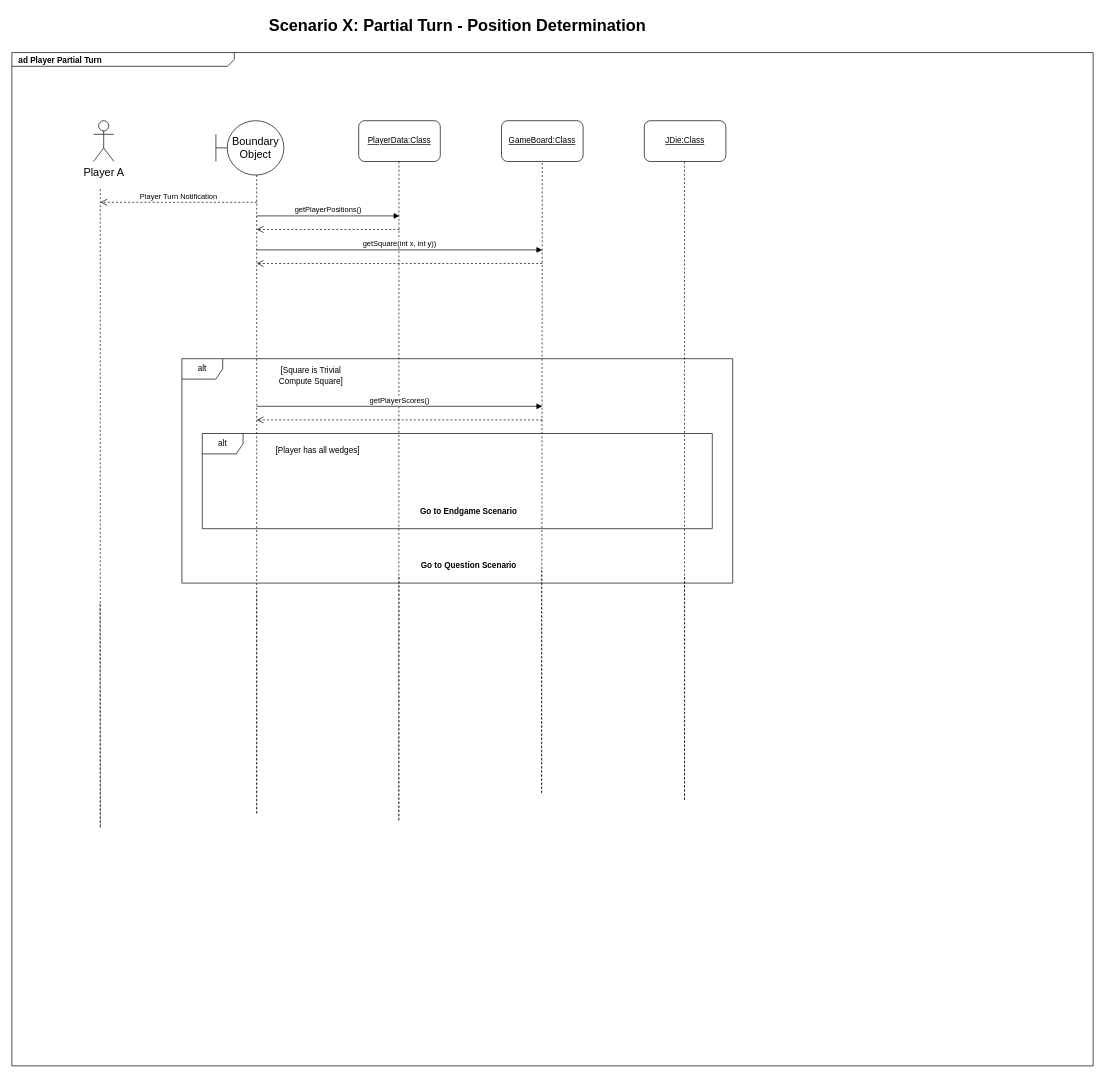
Before: Untitled Diagram.drawio in ZBrr271/Diagrams, a draw.io diagram. Source tidied: cells renumbered, new cells numbered last; positions are measured from the earlier drawing's top-left corner, leaving out a move shared by most shapes. Both pictures are drawn from the tidied source at 68%, with x=0, y=0 at pixel (12, 12).
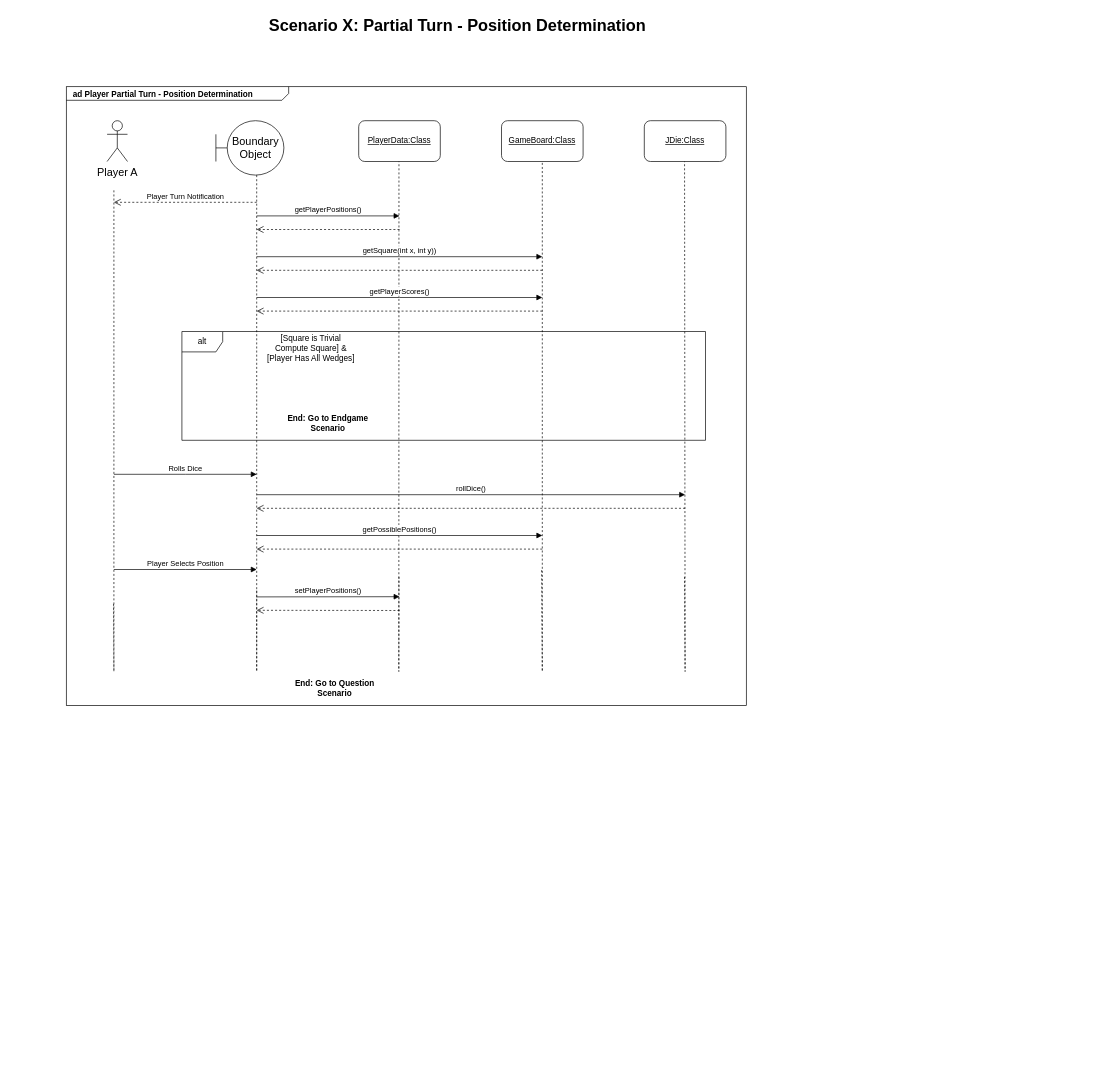
The same diagram, later.

Unchanged cells that the change refers to:
```xml
<mxCell id="7" value="&lt;u&gt;GameBoard:Class&lt;/u&gt;" style="rounded=1;whiteSpace=wrap;html=1;" parent="1" vertex="1">
  <mxGeometry x="720" y="160" width="120" height="60" as="geometry" />
</mxCell>
```

The edit, as a diff of the source:
```diff
@@
-    <mxCell id="2" value="&lt;p style=&quot;margin: 0px ; margin-top: 4px ; margin-left: 10px ; text-align: left&quot;&gt;&lt;b&gt;ad Player Partial Turn&lt;/b&gt;&lt;/p&gt;" style="html=1;strokeWidth=1;shape=mxgraph.sysml.package;html=1;overflow=fill;whiteSpace=wrap;fillColor=none;gradientColor=none;fontSize=12;align=center;labelX=327.64;" parent="1" vertex="1">
-      <mxGeometry y="60" width="1590" height="1490" as="geometry" />
+    <mxCell id="2" value="&lt;p style=&quot;margin: 0px ; margin-top: 4px ; margin-left: 10px ; text-align: left&quot;&gt;&lt;b&gt;ad Player Partial Turn - Position Determination&lt;/b&gt;&lt;/p&gt;" style="html=1;strokeWidth=1;shape=mxgraph.sysml.package;html=1;overflow=fill;whiteSpace=wrap;fillColor=none;gradientColor=none;fontSize=12;align=center;labelX=327.64;" parent="1" vertex="1">
+      <mxGeometry x="80" y="110" width="1000" height="910" as="geometry" />
     </mxCell>
@@
     <mxCell id="4" value="Player A" style="shape=umlActor;html=1;verticalLabelPosition=bottom;verticalAlign=top;align=center;fontSize=16;" parent="1" vertex="1">
-      <mxGeometry x="120" y="160" width="30" height="60" as="geometry" />
+      <mxGeometry x="140" y="160" width="30" height="60" as="geometry" />
     </mxCell>
@@
     <mxCell id="9" style="endArrow=none;dashed=1;html=1;rounded=0;exitX=0.05;exitY=0.544;exitDx=0;exitDy=0;exitPerimeter=0;" parent="1" edge="1">
       <mxGeometry relative="1" as="geometry">
-        <mxPoint x="129.5" y="870.6" as="sourcePoint" />
-        <mxPoint x="130" y="260" as="targetPoint" />
+        <mxPoint x="149.5" y="870.6" as="sourcePoint" />
+        <mxPoint x="150" y="260" as="targetPoint" />
         <Array as="points">
-          <mxPoint x="130" y="1200" />
+          <mxPoint x="150" y="970" />
         </Array>
       </mxGeometry>
     </mxCell>
     <mxCell id="10" style="endArrow=none;dashed=1;html=1;rounded=0;exitX=0.05;exitY=0.544;exitDx=0;exitDy=0;exitPerimeter=0;" parent="1" edge="1">
       <mxGeometry relative="1" as="geometry">
         <mxPoint x="360" y="851" as="sourcePoint" />
         <mxPoint x="360" y="240" as="targetPoint" />
         <Array as="points">
-          <mxPoint x="360" y="1180" />
+          <mxPoint x="360" y="970" />
         </Array>
       </mxGeometry>
     </mxCell>
     <mxCell id="11" style="endArrow=none;dashed=1;html=1;rounded=0;exitX=0.05;exitY=0.544;exitDx=0;exitDy=0;exitPerimeter=0;" parent="1" edge="1">
       <mxGeometry relative="1" as="geometry">
         <mxPoint x="989.2" y="831" as="sourcePoint" />
         <mxPoint x="989.2" y="220" as="targetPoint" />
         <Array as="points">
-          <mxPoint x="989.2" y="1160" />
+          <mxPoint x="990" y="970" />
         </Array>
       </mxGeometry>
     </mxCell>
     <mxCell id="12" style="endArrow=none;dashed=1;html=1;rounded=0;exitX=0.05;exitY=0.544;exitDx=0;exitDy=0;exitPerimeter=0;" parent="1" edge="1">
       <mxGeometry relative="1" as="geometry">
         <mxPoint x="569.2" y="831" as="sourcePoint" />
         <mxPoint x="569.2" y="220" as="targetPoint" />
         <Array as="points">
-          <mxPoint x="569" y="1190" />
+          <mxPoint x="569" y="970" />
         </Array>
       </mxGeometry>
     </mxCell>
     <mxCell id="13" value="Player Turn Notification" style="html=1;verticalAlign=bottom;endArrow=open;dashed=1;endSize=8;edgeStyle=elbowEdgeStyle;elbow=vertical;curved=0;rounded=0;" parent="1" edge="1">
       <mxGeometry relative="1" as="geometry">
         <mxPoint x="360" y="280" as="sourcePoint" />
-        <mxPoint x="130" y="280" as="targetPoint" />
+        <mxPoint x="150" y="280" as="targetPoint" />
       </mxGeometry>
     </mxCell>
@@
     <mxCell id="16" value="getPlayerScores()" style="html=1;verticalAlign=bottom;endArrow=block;edgeStyle=elbowEdgeStyle;elbow=vertical;curved=0;rounded=0;" parent="1" edge="1">
       <mxGeometry relative="1" as="geometry">
-        <mxPoint x="360" y="580" as="sourcePoint" />
-        <mxPoint x="780" y="580" as="targetPoint" />
+        <mxPoint x="360" y="420" as="sourcePoint" />
+        <mxPoint x="780" y="420" as="targetPoint" />
       </mxGeometry>
     </mxCell>
     <mxCell id="17" style="html=1;verticalAlign=bottom;endArrow=open;dashed=1;endSize=8;edgeStyle=elbowEdgeStyle;elbow=vertical;curved=0;rounded=0;" parent="1" edge="1">
       <mxGeometry relative="1" as="geometry">
-        <mxPoint x="780" y="600" as="sourcePoint" />
-        <mxPoint x="360" y="600" as="targetPoint" />
+        <mxPoint x="780" y="440" as="sourcePoint" />
+        <mxPoint x="360" y="440" as="targetPoint" />
       </mxGeometry>
     </mxCell>
     <mxCell id="18" value="getSquare(int x, int y))" style="html=1;verticalAlign=bottom;endArrow=block;edgeStyle=elbowEdgeStyle;elbow=vertical;curved=0;rounded=0;" parent="1" edge="1">
       <mxGeometry relative="1" as="geometry">
-        <mxPoint x="360" y="350" as="sourcePoint" />
-        <mxPoint x="780" y="350" as="targetPoint" />
+        <mxPoint x="360" y="360" as="sourcePoint" />
+        <mxPoint x="780" y="360" as="targetPoint" />
       </mxGeometry>
     </mxCell>
     <mxCell id="19" style="html=1;verticalAlign=bottom;endArrow=open;dashed=1;endSize=8;edgeStyle=elbowEdgeStyle;elbow=vertical;curved=0;rounded=0;" parent="1" edge="1">
       <mxGeometry relative="1" as="geometry">
-        <mxPoint x="780" y="370" as="sourcePoint" />
-        <mxPoint x="360" y="370" as="targetPoint" />
+        <mxPoint x="780" y="380" as="sourcePoint" />
+        <mxPoint x="360" y="380" as="targetPoint" />
       </mxGeometry>
     </mxCell>
     <mxCell id="20" value="alt" style="shape=umlFrame;whiteSpace=wrap;html=1;" parent="1" vertex="1">
-      <mxGeometry x="250" y="510" width="810" height="330" as="geometry" />
+      <mxGeometry x="250" y="470" width="770" height="160" as="geometry" />
     </mxCell>
-    <mxCell id="21" value="[Square is Trivial Compute Square]" style="text;html=1;strokeColor=none;fillColor=none;align=center;verticalAlign=middle;whiteSpace=wrap;rounded=0;" parent="1" vertex="1">
-      <mxGeometry x="370" y="520" width="140" height="30" as="geometry" />
+    <mxCell id="21" value="[Square is Trivial Compute Square] &amp;amp; [Player Has All Wedges]" style="text;html=1;strokeColor=none;fillColor=none;align=center;verticalAlign=middle;whiteSpace=wrap;rounded=0;" parent="1" vertex="1">
+      <mxGeometry x="370" y="480" width="140" height="30" as="geometry" />
     </mxCell>
     <mxCell id="22" style="endArrow=none;dashed=1;html=1;rounded=0;exitX=0.05;exitY=0.544;exitDx=0;exitDy=0;exitPerimeter=0;entryX=0.5;entryY=1;entryDx=0;entryDy=0;" parent="1" edge="1" target="7">
       <mxGeometry relative="1" as="geometry">
         <mxPoint x="779" y="821" as="sourcePoint" />
         <Array as="points">
-          <mxPoint x="779" y="1150" />
+          <mxPoint x="780" y="970" />
         </Array>
       </mxGeometry>
     </mxCell>
-    <mxCell id="23" value="alt" style="shape=umlFrame;whiteSpace=wrap;html=1;" parent="1" vertex="1">
-      <mxGeometry x="280" y="620" width="750" height="140" as="geometry" />
-    </mxCell>
-    <mxCell id="24" value="[Player has all wedges]" style="text;html=1;strokeColor=none;fillColor=none;align=center;verticalAlign=middle;whiteSpace=wrap;rounded=0;" parent="1" vertex="1">
-      <mxGeometry x="380" y="630" width="140" height="30" as="geometry" />
-    </mxCell>
-    <mxCell id="25" value="&lt;b&gt;Go to Endgame Scenario&lt;/b&gt;" style="text;html=1;strokeColor=none;fillColor=none;align=center;verticalAlign=middle;whiteSpace=wrap;rounded=0;" parent="1" vertex="1">
-      <mxGeometry x="587" y="720" width="170" height="30" as="geometry" />
+    <mxCell id="25" value="&lt;b&gt;End: Go to Endgame Scenario&lt;/b&gt;" style="text;html=1;strokeColor=none;fillColor=none;align=center;verticalAlign=middle;whiteSpace=wrap;rounded=0;" parent="1" vertex="1">
+      <mxGeometry x="380" y="590" width="170" height="30" as="geometry" />
     </mxCell>
-    <mxCell id="26" value="&lt;b&gt;Go to Question Scenario&lt;/b&gt;" style="text;html=1;strokeColor=none;fillColor=none;align=center;verticalAlign=middle;whiteSpace=wrap;rounded=0;" parent="1" vertex="1">
-      <mxGeometry x="587" y="800" width="170" height="30" as="geometry" />
-    </mxCell>
+    <mxCell id="27" value="Rolls Dice" style="html=1;verticalAlign=bottom;endArrow=block;edgeStyle=elbowEdgeStyle;elbow=horizontal;curved=0;rounded=0;" parent="1" edge="1">
+      <mxGeometry relative="1" as="geometry">
+        <mxPoint x="150" y="680" as="sourcePoint" />
+        <mxPoint x="360" y="680" as="targetPoint" />
+      </mxGeometry>
+    </mxCell>
+    <mxCell id="28" value="rollDice()" style="html=1;verticalAlign=bottom;endArrow=block;edgeStyle=elbowEdgeStyle;elbow=vertical;curved=0;rounded=0;" parent="1" edge="1">
+      <mxGeometry relative="1" as="geometry">
+        <mxPoint x="360" y="710" as="sourcePoint" />
+        <mxPoint x="990" y="710" as="targetPoint" />
+      </mxGeometry>
+    </mxCell>
+    <mxCell id="29" style="html=1;verticalAlign=bottom;endArrow=open;dashed=1;endSize=8;edgeStyle=elbowEdgeStyle;elbow=vertical;curved=0;rounded=0;" parent="1" edge="1">
+      <mxGeometry relative="1" as="geometry">
+        <mxPoint x="990" y="730" as="sourcePoint" />
+        <mxPoint x="360" y="730" as="targetPoint" />
+      </mxGeometry>
+    </mxCell>
+    <mxCell id="30" value="getPossiblePositions()" style="html=1;verticalAlign=bottom;endArrow=block;edgeStyle=elbowEdgeStyle;elbow=vertical;curved=0;rounded=0;" parent="1" edge="1">
+      <mxGeometry relative="1" as="geometry">
+        <mxPoint x="360" y="770" as="sourcePoint" />
+        <mxPoint x="780" y="770" as="targetPoint" />
+      </mxGeometry>
+    </mxCell>
+    <mxCell id="31" style="html=1;verticalAlign=bottom;endArrow=open;dashed=1;endSize=8;edgeStyle=elbowEdgeStyle;elbow=vertical;curved=0;rounded=0;" parent="1" edge="1">
+      <mxGeometry relative="1" as="geometry">
+        <mxPoint x="780" y="790" as="sourcePoint" />
+        <mxPoint x="360" y="790" as="targetPoint" />
+      </mxGeometry>
+    </mxCell>
+    <mxCell id="32" value="Player Selects Position" style="html=1;verticalAlign=bottom;endArrow=block;edgeStyle=elbowEdgeStyle;elbow=horizontal;curved=0;rounded=0;" parent="1" edge="1">
+      <mxGeometry relative="1" as="geometry">
+        <mxPoint x="150" y="820" as="sourcePoint" />
+        <mxPoint x="360" y="820" as="targetPoint" />
+      </mxGeometry>
+    </mxCell>
+    <mxCell id="33" value="setPlayerPositions()" style="html=1;verticalAlign=bottom;endArrow=block;edgeStyle=elbowEdgeStyle;elbow=vertical;curved=0;rounded=0;" parent="1" edge="1">
+      <mxGeometry relative="1" as="geometry">
+        <mxPoint x="360" y="860.3" as="sourcePoint" />
+        <mxPoint x="570" y="860.3" as="targetPoint" />
+      </mxGeometry>
+    </mxCell>
+    <mxCell id="34" style="html=1;verticalAlign=bottom;endArrow=open;dashed=1;endSize=8;edgeStyle=elbowEdgeStyle;elbow=vertical;curved=0;rounded=0;" parent="1" edge="1">
+      <mxGeometry relative="1" as="geometry">
+        <mxPoint x="570" y="880.3" as="sourcePoint" />
+        <mxPoint x="360" y="880.3" as="targetPoint" />
+      </mxGeometry>
+    </mxCell>
+    <mxCell id="35" value="&lt;b&gt;End: Go to Question Scenario&lt;/b&gt;" style="text;html=1;strokeColor=none;fillColor=none;align=center;verticalAlign=middle;whiteSpace=wrap;rounded=0;" parent="1" vertex="1">
+      <mxGeometry x="390" y="980" width="170" height="30" as="geometry" />
+    </mxCell>
```
